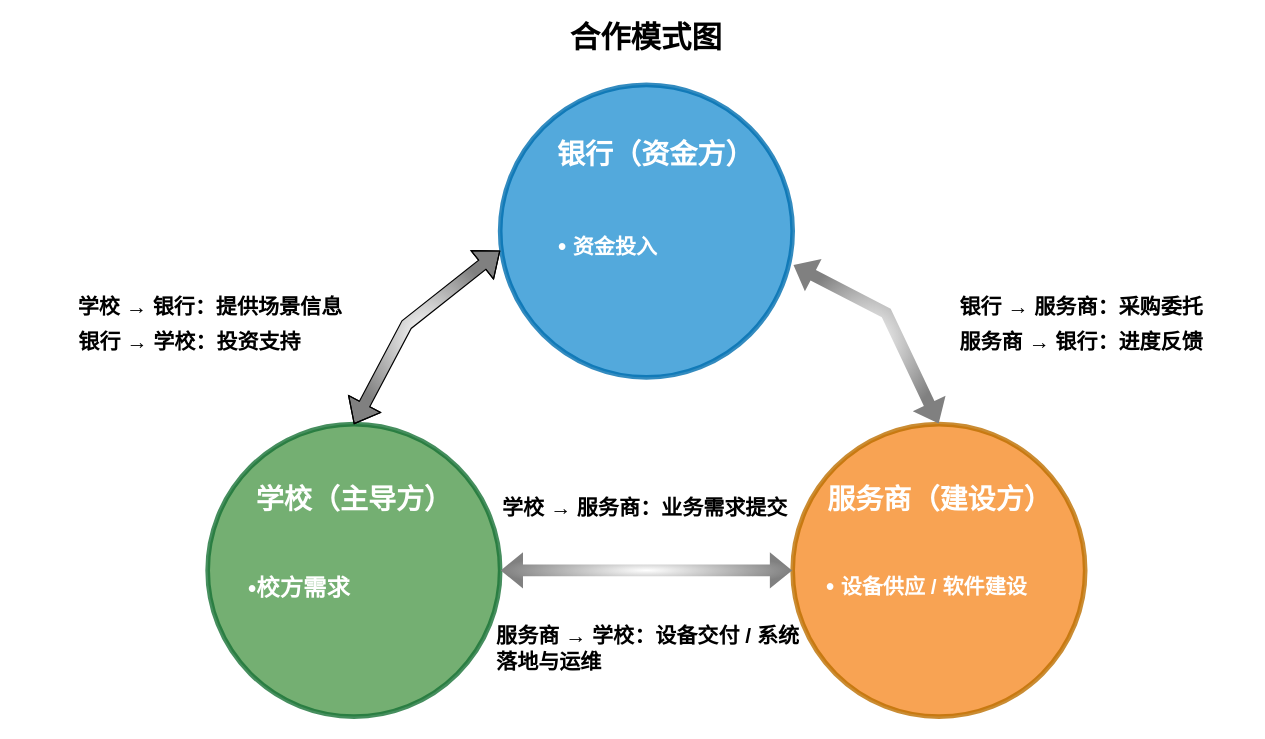
bzerozero7/test keeps this draw.io diagram as page "三方合作模式" (17 of 19) of 青岛恒星示意.drawio. Above is the earlier version. Source tidied: cells renumbered, new cells numbered last; positions are measured from the earlier drawing's top-left corner, leaving out a move shared by most shapes. Both pictures are drawn from the tidied source at 117%, with x=0, y=0 at pixel (20, 20).
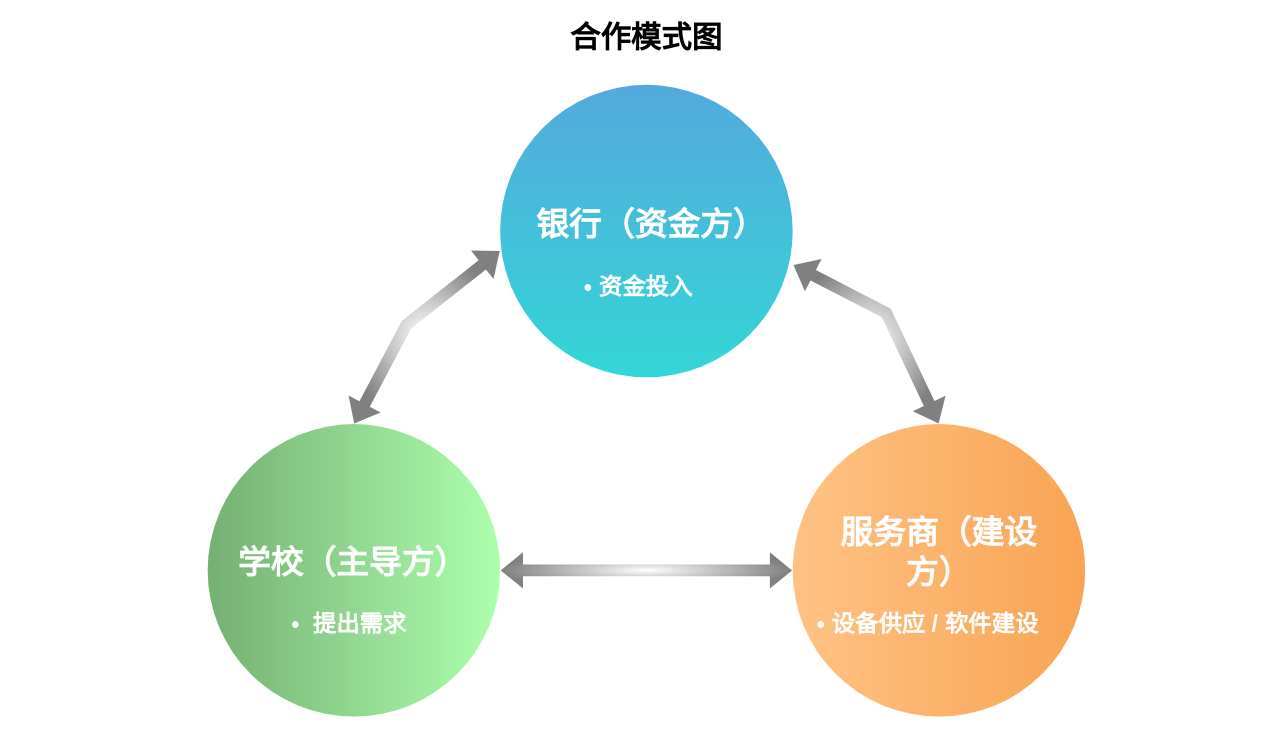
The same diagram, later.

Commit message:
更新青岛恒星示意.drawio

The edit, as a diff of the source:
```diff
@@
-    <mxCell id="2" value="&lt;div style=&quot;&quot;&gt;&lt;br&gt;&lt;/div&gt;" style="ellipse;whiteSpace=wrap;html=1;fillColor=#2894D4;strokeColor=#006EAF;fontColor=#ffffff;fillStyle=auto;opacity=80;strokeWidth=4;align=center;gradientColor=none;" parent="1" vertex="1">
+    <mxCell id="2" value="&lt;div style=&quot;&quot;&gt;&lt;br&gt;&lt;/div&gt;" style="ellipse;whiteSpace=wrap;html=1;fillColor=#2894D4;strokeColor=none;fontColor=#ffffff;fillStyle=auto;opacity=80;strokeWidth=4;align=center;gradientColor=#00CCCC;" parent="1" vertex="1">
       <mxGeometry x="410" y="55" width="250" height="250" as="geometry" />
     </mxCell>
-    <mxCell id="3" style="ellipse;whiteSpace=wrap;html=1;fillColor=#529C4F;strokeColor=#187236;fontColor=#ffffff;strokeWidth=4;opacity=80;align=center;gradientColor=none;gradientDirection=east;" parent="1" vertex="1">
+    <mxCell id="3" style="ellipse;whiteSpace=wrap;html=1;fillColor=#529C4F;strokeColor=none;fontColor=#ffffff;strokeWidth=4;opacity=80;align=center;gradientColor=#99FF99;gradientDirection=east;" parent="1" vertex="1">
       <mxGeometry x="160" y="345" width="250" height="250" as="geometry" />
     </mxCell>
-    <mxCell id="4" style="ellipse;whiteSpace=wrap;html=1;fillColor=#F78D28;strokeColor=#BD7000;fontColor=#000000;strokeWidth=4;opacity=80;align=center;perimeterSpacing=0;gradientColor=none;gradientDirection=west;" parent="1" vertex="1">
+    <mxCell id="4" style="ellipse;whiteSpace=wrap;html=1;fillColor=#F78D28;strokeColor=none;fontColor=#000000;strokeWidth=4;opacity=80;align=center;perimeterSpacing=0;gradientColor=#FFB366;gradientDirection=west;" parent="1" vertex="1">
       <mxGeometry x="660" y="345" width="250" height="250" as="geometry" />
     </mxCell>
-    <mxCell id="5" style="shape=flexArrow;endArrow=classic;startArrow=classic;html=1;rounded=0;fillColor=default;gradientColor=#808080;gradientDirection=radial;strokeColor=default;elbow=vertical;entryX=0;entryY=0.567;entryDx=0;entryDy=0;entryPerimeter=0;exitX=0.5;exitY=0;exitDx=0;exitDy=0;" parent="1" edge="1" source="3" target="2">
+    <mxCell id="5" style="shape=flexArrow;endArrow=classic;startArrow=classic;html=1;rounded=0;fillColor=default;gradientColor=#808080;gradientDirection=radial;strokeColor=none;elbow=vertical;entryX=0;entryY=0.567;entryDx=0;entryDy=0;entryPerimeter=0;exitX=0.5;exitY=0;exitDx=0;exitDy=0;" parent="1" edge="1" source="3" target="2">
       <mxGeometry relative="1" as="geometry">
         <Array as="points">
           <mxPoint x="330" y="260" />
         </Array>
       </mxGeometry>
     </mxCell>
@@
-    <mxCell id="9" value="&lt;div&gt;&lt;b&gt;&lt;font style=&quot;color: light-dark(rgb(255, 255, 255), rgb(255, 255, 255)); font-size: 20px;&quot;&gt;•校方需求&lt;/font&gt;&lt;/b&gt;&lt;/div&gt;" style="text;html=1;whiteSpace=wrap;strokeColor=none;fillColor=none;align=left;verticalAlign=middle;rounded=0;fontStyle=0;" parent="1" vertex="1">
-      <mxGeometry x="192.5" y="429" width="225" height="110" as="geometry" />
+    <mxCell id="9" value="&lt;div&gt;&lt;b&gt;&lt;font style=&quot;color: light-dark(rgb(255, 255, 255), rgb(255, 255, 255)); font-size: 20px;&quot;&gt;•&amp;nbsp; 提出需求&lt;/font&gt;&lt;/b&gt;&lt;/div&gt;" style="text;html=1;whiteSpace=wrap;strokeColor=none;fillColor=none;align=left;verticalAlign=middle;rounded=0;fontStyle=0;" parent="1" vertex="1">
+      <mxGeometry x="230" y="490" width="135" height="50" as="geometry" />
     </mxCell>
-    <mxCell id="10" value="&lt;b style=&quot;&quot;&gt;&lt;font style=&quot;font-size: 24px; color: rgb(255, 255, 255);&quot;&gt;学校（主导方）&lt;/font&gt;&lt;/b&gt;" style="text;html=1;whiteSpace=wrap;strokeColor=none;fillColor=none;align=center;verticalAlign=middle;rounded=0;fontColor=#000000;" parent="1" vertex="1">
-      <mxGeometry x="192.5" y="375" width="185" height="70" as="geometry" />
+    <mxCell id="10" value="&lt;b style=&quot;&quot;&gt;&lt;font style=&quot;color: rgb(255, 255, 255); font-size: 28px;&quot;&gt;学校（主导方）&lt;/font&gt;&lt;/b&gt;" style="text;html=1;whiteSpace=wrap;strokeColor=none;fillColor=none;align=center;verticalAlign=middle;rounded=0;fontColor=#000000;" parent="1" vertex="1">
+      <mxGeometry x="185" y="429" width="185" height="70" as="geometry" />
     </mxCell>
-    <mxCell id="11" value="&lt;span style=&quot;background-color: transparent;&quot;&gt;&lt;font style=&quot;font-size: 24px; color: rgb(255, 255, 255);&quot;&gt;银行（资金方）&lt;/font&gt;&lt;/span&gt;" style="text;html=1;whiteSpace=wrap;strokeColor=none;fillColor=none;align=center;verticalAlign=middle;rounded=0;fontColor=#000000;fontStyle=1;" parent="1" vertex="1">
-      <mxGeometry x="447.5" y="80" width="190" height="70" as="geometry" />
+    <mxCell id="11" value="&lt;span style=&quot;background-color: transparent;&quot;&gt;&lt;font style=&quot;color: rgb(255, 255, 255); font-size: 28px;&quot;&gt;银行（资金方）&lt;/font&gt;&lt;/span&gt;" style="text;html=1;whiteSpace=wrap;strokeColor=none;fillColor=none;align=center;verticalAlign=middle;rounded=0;fontColor=#000000;fontStyle=1;" parent="1" vertex="1">
+      <mxGeometry x="440" y="140" width="190" height="70" as="geometry" />
     </mxCell>
-    <mxCell id="12" value="&lt;div&gt;&lt;font style=&quot;font-size: 18px;&quot;&gt;&lt;b&gt;&lt;span style=&quot;font-size: 20px; background-color: transparent; color: light-dark(rgb(255, 255, 255), rgb(18, 18, 18));&quot;&gt;•&amp;nbsp;&lt;/span&gt;资金投入&lt;/b&gt;&lt;/font&gt;&lt;/div&gt;&lt;div&gt;&lt;br&gt;&lt;/div&gt;" style="text;html=1;whiteSpace=wrap;strokeColor=none;fillColor=none;align=left;verticalAlign=middle;rounded=0;fontColor=#FFFFFF;" parent="1" vertex="1">
-      <mxGeometry x="457.5" y="160" width="170" height="80" as="geometry" />
+    <mxCell id="12" value="&lt;div&gt;&lt;font style=&quot;font-size: 20px;&quot;&gt;&lt;b style=&quot;&quot;&gt;&lt;span style=&quot;background-color: transparent; color: light-dark(rgb(255, 255, 255), rgb(18, 18, 18));&quot;&gt;•&amp;nbsp;&lt;/span&gt;资金投入&lt;/b&gt;&lt;/font&gt;&lt;/div&gt;&lt;div&gt;&lt;br&gt;&lt;/div&gt;" style="text;html=1;whiteSpace=wrap;strokeColor=none;fillColor=none;align=left;verticalAlign=middle;rounded=0;fontColor=#FFFFFF;" parent="1" vertex="1">
+      <mxGeometry x="480" y="210" width="110" height="50" as="geometry" />
     </mxCell>
-    <mxCell id="13" value="&lt;b style=&quot;&quot;&gt;&lt;font style=&quot;font-size: 24px; color: light-dark(rgb(255, 255, 255), rgb(255, 255, 255));&quot;&gt;服务商（建设方）&lt;/font&gt;&lt;/b&gt;" style="text;html=1;whiteSpace=wrap;strokeColor=none;fillColor=none;align=center;verticalAlign=middle;rounded=0;fontColor=#000000;" parent="1" vertex="1">
-      <mxGeometry x="688.5" y="375" width="193" height="70" as="geometry" />
+    <mxCell id="13" value="&lt;b style=&quot;&quot;&gt;&lt;font style=&quot;color: light-dark(rgb(255, 255, 255), rgb(255, 255, 255)); font-size: 28px;&quot;&gt;服务商（建设方）&lt;/font&gt;&lt;/b&gt;" style="text;html=1;whiteSpace=wrap;strokeColor=none;fillColor=none;align=center;verticalAlign=middle;rounded=0;fontColor=#000000;" parent="1" vertex="1">
+      <mxGeometry x="679.2" y="420" width="211.5" height="70" as="geometry" />
     </mxCell>
-    <mxCell id="14" value="&lt;div style=&quot;color: rgb(255, 255, 255);&quot;&gt;&lt;b&gt;&lt;span style=&quot;font-size: 20px; background-color: transparent;&quot;&gt;•&amp;nbsp;&lt;/span&gt;&lt;span&gt;&lt;font style=&quot;font-size: 18px;&quot;&gt;设备供应 /&amp;nbsp;&lt;/font&gt;&lt;/span&gt;&lt;span style=&quot;color: light-dark(rgb(255, 255, 255), rgb(18, 18, 18)); background-color: transparent;&quot;&gt;&lt;font style=&quot;font-size: 18px;&quot;&gt;软件建设&lt;/font&gt;&lt;/span&gt;&lt;/b&gt;&lt;/div&gt;" style="text;html=1;whiteSpace=wrap;strokeColor=none;fillColor=none;align=left;verticalAlign=middle;rounded=0;fontStyle=0;" parent="1" vertex="1">
-      <mxGeometry x="686.5" y="429" width="210" height="110" as="geometry" />
+    <mxCell id="14" value="&lt;div style=&quot;color: rgb(255, 255, 255);&quot;&gt;&lt;b&gt;&lt;font style=&quot;font-size: 20px;&quot;&gt;&lt;span style=&quot;background-color: transparent;&quot;&gt;•&amp;nbsp;&lt;/span&gt;&lt;font style=&quot;&quot;&gt;设备供应 /&amp;nbsp;&lt;/font&gt;&lt;span style=&quot;color: light-dark(rgb(255, 255, 255), rgb(18, 18, 18)); background-color: transparent;&quot;&gt;&lt;font style=&quot;&quot;&gt;软件建设&lt;/font&gt;&lt;/span&gt;&lt;/font&gt;&lt;/b&gt;&lt;/div&gt;" style="text;html=1;whiteSpace=wrap;strokeColor=none;fillColor=none;align=left;verticalAlign=middle;rounded=0;fontStyle=0;" parent="1" vertex="1">
+      <mxGeometry x="679.2" y="485" width="220" height="60" as="geometry" />
     </mxCell>
-    <mxCell id="15" value="&lt;font style=&quot;font-size: 18px;&quot;&gt;&lt;b&gt;学校 → 银行：提供场景信息&amp;nbsp;&lt;/b&gt;&lt;/font&gt;" style="text;html=1;whiteSpace=wrap;strokeColor=none;fillColor=none;align=center;verticalAlign=middle;rounded=0;" parent="1" vertex="1">
-      <mxGeometry y="230" width="330" height="30" as="geometry" />
-    </mxCell>
-    <mxCell id="16" value="&lt;font style=&quot;font-size: 18px;&quot;&gt;&lt;b&gt;银行 → 学校：投资支持&lt;/b&gt;&lt;/font&gt;" style="text;html=1;whiteSpace=wrap;strokeColor=none;fillColor=none;align=center;verticalAlign=middle;rounded=0;" parent="1" vertex="1">
-      <mxGeometry y="260" width="290" height="30" as="geometry" />
-    </mxCell>
-    <mxCell id="17" value="&lt;font style=&quot;font-size: 18px;&quot;&gt;&lt;b&gt;银行 → 服务商：&lt;span style=&quot;&quot;&gt;采购委托&lt;/span&gt;&lt;/b&gt;&lt;/font&gt;" style="text;html=1;whiteSpace=wrap;strokeColor=none;fillColor=none;align=center;verticalAlign=middle;rounded=0;" parent="1" vertex="1">
-      <mxGeometry x="777" y="230" width="260" height="30" as="geometry" />
-    </mxCell>
-    <mxCell id="18" value="&lt;font style=&quot;font-size: 18px;&quot;&gt;&lt;b&gt;服务商 → 银行：进度反馈&lt;/b&gt;&lt;/font&gt;" style="text;html=1;whiteSpace=wrap;strokeColor=none;fillColor=none;align=center;verticalAlign=middle;rounded=0;" parent="1" vertex="1">
-      <mxGeometry x="767" y="260" width="280" height="30" as="geometry" />
-    </mxCell>
-    <mxCell id="19" value="&lt;font style=&quot;font-size: 18px;&quot;&gt;&lt;b&gt;学校 → 服务商：&lt;span style=&quot;&quot;&gt;业务需求提交&lt;/span&gt;&lt;/b&gt;&lt;/font&gt;" style="text;whiteSpace=wrap;html=1;" parent="1" vertex="1">
-      <mxGeometry x="410" y="400" width="265" height="40" as="geometry" />
-    </mxCell>
-    <mxCell id="20" value="&lt;font style=&quot;font-size: 18px;&quot;&gt;&lt;b&gt;服务商 → 学校：&lt;/b&gt;&lt;/font&gt;&lt;font style=&quot;font-size: 18px;&quot;&gt;&lt;b&gt;设备交付 / 系统落地与运维&lt;/b&gt;&lt;/font&gt;" style="text;whiteSpace=wrap;html=1;" parent="1" vertex="1">
-      <mxGeometry x="405" y="510" width="275" height="40" as="geometry" />
-    </mxCell>
```
